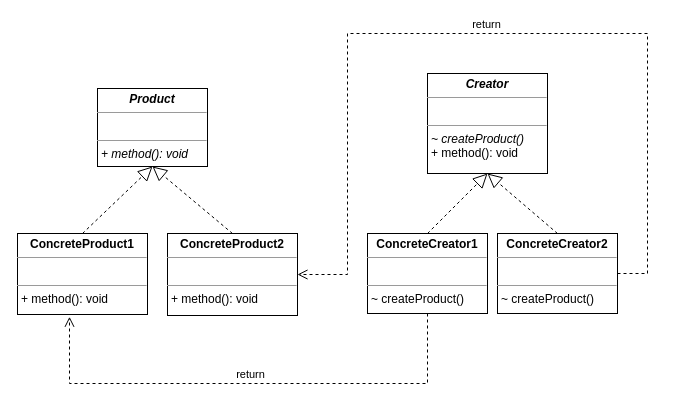
Earlier version of the draw.io diagram src/main/java/GoF/creational/factorymethod/imgs/FactoryMethod.drawio (NinaWan/DesignPattern). Source tidied: cells renumbered, new cells numbered last; positions are measured from the earlier drawing's top-left corner, leaving out a move shared by most shapes. Both pictures are drawn from the tidied source at 100%, with x=0, y=0 at pixel (17, 33).
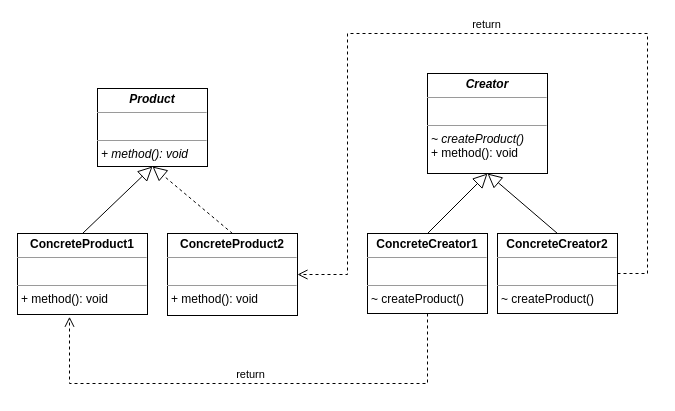
The same diagram, later.

What changed in the source:
```diff
@@
 <mxGraphModel>
   <root>
     <mxCell id="0" />
     <mxCell id="1" parent="0" />
     <mxCell id="2" value="&lt;p style=&quot;margin:0px;margin-top:4px;text-align:center;&quot;&gt;&lt;b&gt;&lt;i&gt;Product&lt;/i&gt;&lt;/b&gt;&lt;/p&gt;&lt;hr size=&quot;1&quot;&gt;&lt;p style=&quot;margin:0px;margin-left:4px;&quot;&gt;&lt;i&gt;&lt;br&gt;&lt;/i&gt;&lt;/p&gt;&lt;hr size=&quot;1&quot;&gt;&lt;p style=&quot;margin:0px;margin-left:4px;&quot;&gt;&lt;i&gt;+ method(): void&lt;/i&gt;&lt;/p&gt;" style="verticalAlign=top;align=left;overflow=fill;fontSize=12;fontFamily=Helvetica;html=1;" parent="1" vertex="1">
       <mxGeometry x="80" y="55" width="110" height="78" as="geometry" />
     </mxCell>
     <mxCell id="3" value="&lt;p style=&quot;margin:0px;margin-top:4px;text-align:center;&quot;&gt;&lt;b&gt;ConcreteProduct1&lt;/b&gt;&lt;/p&gt;&lt;hr size=&quot;1&quot;&gt;&lt;p style=&quot;margin:0px;margin-left:4px;&quot;&gt;&lt;br&gt;&lt;/p&gt;&lt;hr size=&quot;1&quot;&gt;&lt;p style=&quot;margin:0px;margin-left:4px;&quot;&gt;+ method(): void&lt;/p&gt;" style="verticalAlign=top;align=left;overflow=fill;fontSize=12;fontFamily=Helvetica;html=1;" parent="1" vertex="1">
       <mxGeometry y="200" width="130" height="81" as="geometry" />
     </mxCell>
     <mxCell id="4" value="&lt;p style=&quot;margin:0px;margin-top:4px;text-align:center;&quot;&gt;&lt;b&gt;ConcreteProduct2&lt;/b&gt;&lt;/p&gt;&lt;hr size=&quot;1&quot;&gt;&lt;p style=&quot;margin:0px;margin-left:4px;&quot;&gt;&lt;br&gt;&lt;/p&gt;&lt;hr size=&quot;1&quot;&gt;&lt;p style=&quot;margin:0px;margin-left:4px;&quot;&gt;+ method(): void&lt;br&gt;&lt;/p&gt;" style="verticalAlign=top;align=left;overflow=fill;fontSize=12;fontFamily=Helvetica;html=1;" parent="1" vertex="1">
       <mxGeometry x="150" y="200" width="130" height="82" as="geometry" />
     </mxCell>
-    <mxCell id="5" style="endArrow=block;dashed=1;endFill=0;endSize=12;html=1;rounded=0;exitX=0.5;exitY=0;exitDx=0;exitDy=0;entryX=0.5;entryY=1;entryDx=0;entryDy=0;" parent="1" edge="1" source="3" target="2">
+    <mxCell id="5" style="endArrow=block;endFill=0;endSize=12;html=1;rounded=0;exitX=0.5;exitY=0;exitDx=0;exitDy=0;entryX=0.5;entryY=1;entryDx=0;entryDy=0;" parent="1" edge="1" source="3" target="2">
       <mxGeometry relative="1" as="geometry" />
     </mxCell>
     <mxCell id="6" style="endArrow=block;dashed=1;endFill=0;endSize=12;html=1;rounded=0;exitX=0.5;exitY=0;exitDx=0;exitDy=0;entryX=0.5;entryY=1;entryDx=0;entryDy=0;" parent="1" edge="1" source="4" target="2">
       <mxGeometry relative="1" as="geometry" />
     </mxCell>
     <mxCell id="7" value="&lt;p style=&quot;margin:0px;margin-top:4px;text-align:center;&quot;&gt;&lt;b&gt;&lt;i&gt;Creator&lt;/i&gt;&lt;/b&gt;&lt;/p&gt;&lt;hr size=&quot;1&quot;&gt;&lt;p style=&quot;margin:0px;margin-left:4px;&quot;&gt;&lt;br&gt;&lt;/p&gt;&lt;hr size=&quot;1&quot;&gt;&lt;p style=&quot;margin:0px;margin-left:4px;&quot;&gt;&lt;i&gt;~ createProduct()&lt;/i&gt;&lt;/p&gt;&lt;p style=&quot;margin:0px;margin-left:4px;&quot;&gt;+ method(): void&lt;/p&gt;" style="verticalAlign=top;align=left;overflow=fill;fontSize=12;fontFamily=Helvetica;html=1;" parent="1" vertex="1">
       <mxGeometry x="410" y="40" width="120" height="100" as="geometry" />
     </mxCell>
     <mxCell id="8" value="&lt;p style=&quot;margin:0px;margin-top:4px;text-align:center;&quot;&gt;&lt;b&gt;ConcreteCreator1&lt;/b&gt;&lt;/p&gt;&lt;hr size=&quot;1&quot;&gt;&lt;p style=&quot;margin:0px;margin-left:4px;&quot;&gt;&lt;br&gt;&lt;/p&gt;&lt;hr size=&quot;1&quot;&gt;&lt;p style=&quot;margin:0px;margin-left:4px;&quot;&gt;~ createProduct()&lt;/p&gt;" style="verticalAlign=top;align=left;overflow=fill;fontSize=12;fontFamily=Helvetica;html=1;" parent="1" vertex="1">
       <mxGeometry x="350" y="200" width="120" height="80" as="geometry" />
     </mxCell>
     <mxCell id="9" value="&lt;p style=&quot;margin:0px;margin-top:4px;text-align:center;&quot;&gt;&lt;b&gt;ConcreteCreator2&lt;/b&gt;&lt;/p&gt;&lt;hr size=&quot;1&quot;&gt;&lt;p style=&quot;margin:0px;margin-left:4px;&quot;&gt;&lt;br&gt;&lt;/p&gt;&lt;hr size=&quot;1&quot;&gt;&lt;p style=&quot;margin:0px;margin-left:4px;&quot;&gt;~ createProduct()&lt;/p&gt;" style="verticalAlign=top;align=left;overflow=fill;fontSize=12;fontFamily=Helvetica;html=1;" parent="1" vertex="1">
       <mxGeometry x="480" y="200" width="120" height="80" as="geometry" />
     </mxCell>
-    <mxCell id="10" style="endArrow=block;dashed=1;endFill=0;endSize=12;html=1;rounded=0;exitX=0.5;exitY=0;exitDx=0;exitDy=0;entryX=0.5;entryY=1;entryDx=0;entryDy=0;" parent="1" edge="1" source="8" target="7">
+    <mxCell id="10" style="endArrow=block;endFill=0;endSize=12;html=1;rounded=0;exitX=0.5;exitY=0;exitDx=0;exitDy=0;entryX=0.5;entryY=1;entryDx=0;entryDy=0;" parent="1" edge="1" source="8" target="7">
       <mxGeometry relative="1" as="geometry" />
     </mxCell>
-    <mxCell id="11" style="endArrow=block;dashed=1;endFill=0;endSize=12;html=1;rounded=0;exitX=0.5;exitY=0;exitDx=0;exitDy=0;entryX=0.5;entryY=1;entryDx=0;entryDy=0;" parent="1" edge="1" source="9" target="7">
+    <mxCell id="11" style="endArrow=block;endFill=0;endSize=12;html=1;rounded=0;exitX=0.5;exitY=0;exitDx=0;exitDy=0;entryX=0.5;entryY=1;entryDx=0;entryDy=0;" parent="1" edge="1" source="9" target="7">
       <mxGeometry relative="1" as="geometry" />
     </mxCell>
     <mxCell id="12" value="return" style="html=1;verticalAlign=bottom;endArrow=open;dashed=1;endSize=8;rounded=0;exitX=0.5;exitY=1;exitDx=0;exitDy=0;entryX=0.4;entryY=1.028;entryDx=0;entryDy=0;entryPerimeter=0;edgeStyle=orthogonalEdgeStyle;" parent="1" edge="1" source="8" target="3">
       <mxGeometry relative="1" as="geometry">
         <Array as="points">
           <mxPoint x="410" y="350" />
           <mxPoint x="52" y="350" />
         </Array>
       </mxGeometry>
     </mxCell>
     <mxCell id="13" value="return" style="html=1;verticalAlign=bottom;endArrow=open;dashed=1;endSize=8;rounded=0;exitX=1;exitY=0.5;exitDx=0;exitDy=0;entryX=1;entryY=0.5;entryDx=0;entryDy=0;edgeStyle=orthogonalEdgeStyle;" parent="1" edge="1" source="9" target="4">
       <mxGeometry relative="1" as="geometry">
         <Array as="points">
           <mxPoint x="630" y="240" />
           <mxPoint x="630" />
           <mxPoint x="330" />
           <mxPoint x="330" y="241" />
         </Array>
       </mxGeometry>
     </mxCell>
   </root>
 </mxGraphModel>
```
